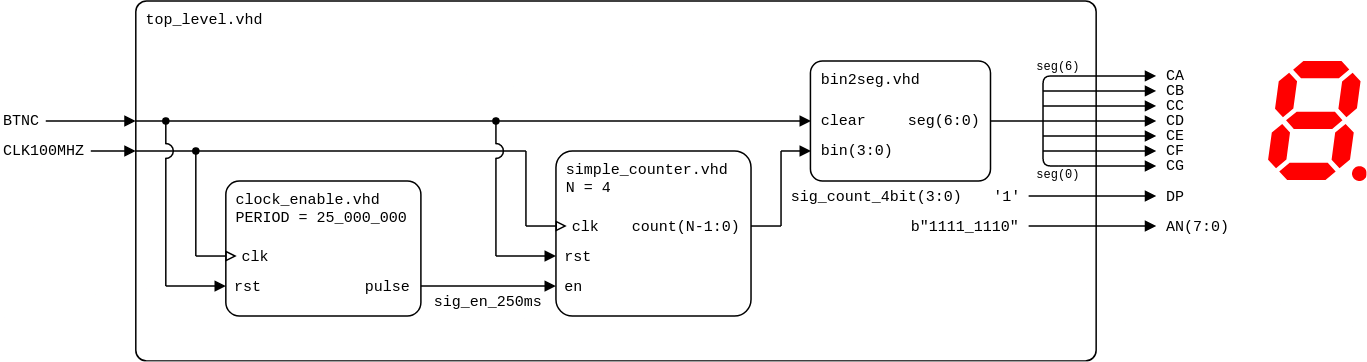
The draw.io diagram lab5-counter/images/top-level_1-counter_structure.png in tomas-fryza/vhdl-course, before a commit. Source tidied: cells renumbered, new cells last; positions are measured from the earlier drawing's top-left corner, leaving out a move shared by most shapes.
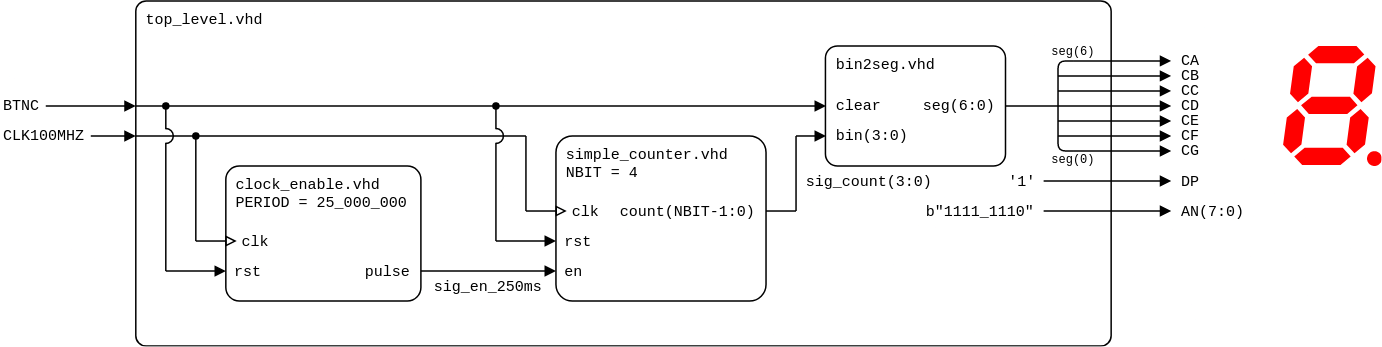
The same file after the commit.

Change to the diagram source:
```diff
@@ -3,11 +3,11 @@
     <mxCell id="0" />
     <mxCell id="1" parent="0" />
     <mxCell id="2" value="top_level.vhd" style="rounded=1;arcSize=3;whiteSpace=wrap;html=1;align=left;verticalAlign=top;fontFamily=Courier New;absoluteArcSize=0;fillColor=none;fontSize=10;spacingLeft=5;imageHeight=24;" parent="1" vertex="1">
-      <mxGeometry x="90" width="640" height="240" as="geometry" />
+      <mxGeometry x="80" y="10" width="650" height="230" as="geometry" />
     </mxCell>
     <mxCell id="3" style="endArrow=block;html=1;rounded=0;endFill=1;endSize=5;startSize=5;" parent="1" edge="1">
       <mxGeometry relative="1" as="geometry">
-        <mxPoint x="90" y="80" as="sourcePoint" />
+        <mxPoint x="80" y="80" as="sourcePoint" />
         <mxPoint x="540" y="80" as="targetPoint" />
       </mxGeometry>
     </mxCell>
@@ -19,20 +19,20 @@
     </mxCell>
     <mxCell id="5" style="endArrow=block;html=1;rounded=0;endFill=1;endSize=5;startSize=5;" parent="1" edge="1">
       <mxGeometry relative="1" as="geometry">
-        <mxPoint x="30" y="80" as="sourcePoint" />
-        <mxPoint x="90" y="80" as="targetPoint" />
+        <mxPoint x="20" y="80" as="sourcePoint" />
+        <mxPoint x="80" y="80" as="targetPoint" />
       </mxGeometry>
     </mxCell>
     <mxCell id="6" value="BTNC" style="text;html=1;align=left;verticalAlign=middle;whiteSpace=wrap;rounded=0;fontFamily=Courier New;fontSize=10;fillOpacity=100;spacing=2;spacingLeft=0;" parent="1" vertex="1">
-      <mxGeometry x="-0.4" y="70" width="40" height="20" as="geometry" />
+      <mxGeometry x="-10.4" y="70" width="40" height="20" as="geometry" />
     </mxCell>
-    <mxCell id="7" value="sig_count_4bit(3:0)" style="text;html=1;align=left;verticalAlign=middle;whiteSpace=wrap;rounded=0;fontFamily=Courier New;fontSize=10;fillOpacity=100;spacing=2;spacingLeft=0;" parent="1" vertex="1">
+    <mxCell id="7" value="sig_count(3:0)" style="text;html=1;align=left;verticalAlign=middle;whiteSpace=wrap;rounded=0;fontFamily=Courier New;fontSize=10;fillOpacity=100;spacing=2;spacingLeft=0;" parent="1" vertex="1">
       <mxGeometry x="525" y="125" width="120" height="10" as="geometry" />
     </mxCell>
     <mxCell id="8" style="endArrow=none;html=1;rounded=0;startArrow=none;startFill=0;endSize=4;startSize=4;" parent="1" edge="1">
       <mxGeometry relative="1" as="geometry">
-        <mxPoint x="350" y="150" as="sourcePoint" />
-        <mxPoint x="350" y="100" as="targetPoint" />
+        <mxPoint x="340" y="150" as="sourcePoint" />
+        <mxPoint x="340" y="100" as="targetPoint" />
       </mxGeometry>
     </mxCell>
     <mxCell id="9" style="endArrow=block;html=1;rounded=0;endFill=1;orthogonal=1;endSize=5;startSize=5;" parent="1" edge="1">
@@ -52,50 +52,50 @@
     </mxCell>
     <mxCell id="13" style="endArrow=block;html=1;rounded=0;endFill=1;endSize=5;startSize=5;" parent="1" edge="1">
       <mxGeometry relative="1" as="geometry">
-        <mxPoint x="60" y="100" as="sourcePoint" />
-        <mxPoint x="90" y="100" as="targetPoint" />
+        <mxPoint x="50" y="100" as="sourcePoint" />
+        <mxPoint x="80" y="100" as="targetPoint" />
       </mxGeometry>
     </mxCell>
     <mxCell id="14" value="CLK100MHZ" style="text;html=1;align=left;verticalAlign=middle;whiteSpace=wrap;rounded=0;fontFamily=Courier New;fontSize=10;fillOpacity=100;spacing=2;spacingLeft=0;" parent="1" vertex="1">
-      <mxGeometry y="90" width="70" height="20" as="geometry" />
+      <mxGeometry x="-10" y="90" width="70" height="20" as="geometry" />
     </mxCell>
     <mxCell id="15" style="endArrow=none;html=1;rounded=0;startArrow=oval;startFill=1;endSize=4;startSize=4;" parent="1" edge="1">
       <mxGeometry relative="1" as="geometry">
-        <mxPoint x="330" y="80" as="sourcePoint" />
-        <mxPoint x="330" y="95.5" as="targetPoint" />
+        <mxPoint x="320" y="80" as="sourcePoint" />
+        <mxPoint x="320" y="95.5" as="targetPoint" />
       </mxGeometry>
     </mxCell>
-    <mxCell id="16" value="&lt;div&gt;simple_counter.vhd&lt;/div&gt;&lt;div&gt;N = 4&lt;br&gt;&lt;/div&gt;" style="rounded=1;arcSize=10;align=left;verticalAlign=top;fontFamily=Courier New;absoluteArcSize=0;fillColor=none;fixDash=0;fontSize=10;spacingLeft=5;labelBorderColor=none;spacingTop=0;spacing=2;labelBackgroundColor=none;whiteSpace=wrap;html=1;strokeWidth=1;shadow=0;glass=0;" parent="1" vertex="1">
-      <mxGeometry x="370" y="100" width="130" height="110" as="geometry" />
+    <mxCell id="16" value="&lt;div&gt;simple_counter.vhd&lt;/div&gt;&lt;div&gt;NBIT = 4&lt;br&gt;&lt;/div&gt;" style="rounded=1;arcSize=10;align=left;verticalAlign=top;fontFamily=Courier New;absoluteArcSize=0;fillColor=none;fixDash=0;fontSize=10;spacingLeft=5;labelBorderColor=none;spacingTop=0;spacing=2;labelBackgroundColor=none;whiteSpace=wrap;html=1;strokeWidth=1;shadow=0;glass=0;" parent="1" vertex="1">
+      <mxGeometry x="360" y="100" width="140" height="110" as="geometry" />
     </mxCell>
     <mxCell id="17" value="rst" style="text;html=1;align=left;verticalAlign=middle;whiteSpace=wrap;rounded=0;fontFamily=Courier New;fontSize=10;fillOpacity=100;spacingLeft=5;" parent="1" vertex="1">
-      <mxGeometry x="369.4" y="160" width="50.6" height="20" as="geometry" />
+      <mxGeometry x="359.4" y="160" width="30.6" height="20" as="geometry" />
     </mxCell>
     <mxCell id="18" value="clk" style="text;html=1;align=left;verticalAlign=middle;whiteSpace=wrap;rounded=0;fontFamily=Courier New;fontSize=10;fillOpacity=100;spacing=2;spacingLeft=10;" parent="1" vertex="1">
-      <mxGeometry x="369.4" y="140" width="40.6" height="20" as="geometry" />
+      <mxGeometry x="359.4" y="140" width="40.6" height="20" as="geometry" />
     </mxCell>
     <mxCell id="19" style="endArrow=block;html=1;rounded=0;endFill=1;endSize=5;startSize=5;" parent="1" edge="1">
       <mxGeometry relative="1" as="geometry">
-        <mxPoint x="280" y="190" as="sourcePoint" />
-        <mxPoint x="370" y="190" as="targetPoint" />
+        <mxPoint x="270" y="190" as="sourcePoint" />
+        <mxPoint x="360" y="190" as="targetPoint" />
       </mxGeometry>
     </mxCell>
     <mxCell id="20" style="endArrow=block;html=1;rounded=0;endFill=0;endSize=5;startSize=5;" parent="1" edge="1">
       <mxGeometry relative="1" as="geometry">
-        <mxPoint x="350" y="150" as="sourcePoint" />
-        <mxPoint x="377.2" y="150" as="targetPoint" />
+        <mxPoint x="340" y="150" as="sourcePoint" />
+        <mxPoint x="367.2" y="150" as="targetPoint" />
       </mxGeometry>
     </mxCell>
-    <mxCell id="21" value="count(N-1:0)" style="text;html=1;align=right;verticalAlign=middle;whiteSpace=wrap;rounded=0;fontFamily=Courier New;fontSize=10;fillOpacity=100;spacing=2;spacingRight=5;" parent="1" vertex="1">
-      <mxGeometry x="420" y="140" width="80" height="20" as="geometry" />
+    <mxCell id="21" value="count(NBIT-1:0)" style="text;html=1;align=right;verticalAlign=middle;whiteSpace=wrap;rounded=0;fontFamily=Courier New;fontSize=10;fillOpacity=100;spacing=2;spacingRight=5;" parent="1" vertex="1">
+      <mxGeometry x="390" y="140" width="110" height="20" as="geometry" />
     </mxCell>
     <mxCell id="22" value="en" style="text;html=1;align=left;verticalAlign=middle;whiteSpace=wrap;rounded=0;fontFamily=Courier New;fontSize=10;fillOpacity=100;spacingLeft=5;" parent="1" vertex="1">
-      <mxGeometry x="369.4" y="180" width="50.6" height="20" as="geometry" />
+      <mxGeometry x="359.4" y="180" width="30.6" height="20" as="geometry" />
     </mxCell>
     <mxCell id="23" style="endArrow=block;html=1;rounded=0;endFill=1;endSize=5;startSize=5;" parent="1" edge="1">
       <mxGeometry relative="1" as="geometry">
-        <mxPoint x="330" y="170" as="sourcePoint" />
-        <mxPoint x="370" y="170" as="targetPoint" />
+        <mxPoint x="320" y="170" as="sourcePoint" />
+        <mxPoint x="360" y="170" as="targetPoint" />
       </mxGeometry>
     </mxCell>
     <mxCell id="24" style="endArrow=none;html=1;rounded=0;startArrow=none;startFill=0;endSize=4;startSize=4;" parent="1" edge="1">
@@ -117,7 +117,7 @@
       <mxGeometry x="539.6" y="90" width="60" height="20" as="geometry" />
     </mxCell>
     <mxCell id="28" value="clear" style="text;html=1;align=left;verticalAlign=middle;whiteSpace=wrap;rounded=0;fontFamily=Courier New;fontSize=10;fillOpacity=100;spacing=2;spacingLeft=5;" parent="1" vertex="1">
-      <mxGeometry x="539.6" y="70" width="60" height="20" as="geometry" />
+      <mxGeometry x="539.6" y="70" width="50.4" height="20" as="geometry" />
     </mxCell>
     <mxCell id="29" value="&lt;div style=&quot;line-height: 100%;&quot;&gt;seg(6:0)&lt;/div&gt;" style="text;html=1;align=right;verticalAlign=middle;whiteSpace=wrap;rounded=0;fontFamily=Courier New;fontSize=10;fillOpacity=100;spacing=2;spacingRight=5;" parent="1" vertex="1">
       <mxGeometry x="599.6" y="70" width="60" height="20" as="geometry" />
@@ -222,7 +222,7 @@
       <mxGeometry x="659.6" y="120" width="25" height="20" as="geometry" />
     </mxCell>
     <mxCell id="50" style="verticalLabelPosition=bottom;verticalAlign=top;html=1;shape=mxgraph.basic.arc;startAngle=0.75;endAngle=0.25;rotation=90;" parent="1" vertex="1">
-      <mxGeometry x="325" y="95" width="10" height="10" as="geometry" />
+      <mxGeometry x="315" y="95" width="10" height="10" as="geometry" />
     </mxCell>
     <mxCell id="51" value="&lt;div style=&quot;line-height: 100%; font-size: 8px;&quot;&gt;seg(6)&lt;/div&gt;" style="text;html=1;align=center;verticalAlign=middle;whiteSpace=wrap;rounded=0;fontFamily=Courier New;fontSize=8;fillOpacity=100;spacing=2;spacingRight=0;" parent="1" vertex="1">
       <mxGeometry x="680" y="34" width="50" height="20" as="geometry" />
@@ -232,62 +232,62 @@
     </mxCell>
     <mxCell id="53" style="endArrow=none;html=1;rounded=0;endFill=0;endSize=5;startSize=5;" parent="1" edge="1">
       <mxGeometry relative="1" as="geometry">
-        <mxPoint x="90" y="100" as="sourcePoint" />
-        <mxPoint x="350" y="100" as="targetPoint" />
+        <mxPoint x="80" y="100" as="sourcePoint" />
+        <mxPoint x="340" y="100" as="targetPoint" />
       </mxGeometry>
     </mxCell>
     <mxCell id="54" value="sig_en_250ms" style="text;html=1;align=center;verticalAlign=middle;whiteSpace=wrap;rounded=0;fontFamily=Courier New;fontSize=10;fillOpacity=100;spacing=2;spacingLeft=0;" parent="1" vertex="1">
-      <mxGeometry x="280" y="195" width="90" height="10" as="geometry" />
+      <mxGeometry x="270" y="195" width="90" height="10" as="geometry" />
     </mxCell>
     <mxCell id="55" value="clock_enable.vhd&lt;div&gt;PERIOD = 25_000_000&lt;br&gt;&lt;/div&gt;" style="rounded=1;arcSize=10;align=left;verticalAlign=top;fontFamily=Courier New;absoluteArcSize=0;fillColor=none;fixDash=0;fontSize=10;spacingLeft=5;labelBorderColor=none;spacingTop=0;spacing=2;labelBackgroundColor=none;whiteSpace=wrap;html=1;strokeWidth=1;shadow=0;glass=0;" parent="1" vertex="1">
-      <mxGeometry x="150" y="120" width="130" height="90" as="geometry" />
+      <mxGeometry x="140" y="120" width="130" height="90" as="geometry" />
     </mxCell>
     <mxCell id="56" value="rst" style="text;html=1;align=left;verticalAlign=middle;whiteSpace=wrap;rounded=0;fontFamily=Courier New;fontSize=10;fillOpacity=100;spacingLeft=5;" parent="1" vertex="1">
-      <mxGeometry x="149.4" y="180" width="50.6" height="20" as="geometry" />
+      <mxGeometry x="139.4" y="180" width="40.6" height="20" as="geometry" />
     </mxCell>
     <mxCell id="57" value="clk" style="text;html=1;align=left;verticalAlign=middle;whiteSpace=wrap;rounded=0;fontFamily=Courier New;fontSize=10;fillOpacity=100;spacing=2;spacingLeft=10;" parent="1" vertex="1">
-      <mxGeometry x="149.4" y="160" width="40.6" height="20" as="geometry" />
+      <mxGeometry x="139.4" y="160" width="40.6" height="20" as="geometry" />
     </mxCell>
     <mxCell id="58" style="endArrow=block;html=1;rounded=0;endFill=0;endSize=5;startSize=5;" parent="1" edge="1">
       <mxGeometry relative="1" as="geometry">
-        <mxPoint x="130" y="170" as="sourcePoint" />
-        <mxPoint x="157.2" y="170" as="targetPoint" />
+        <mxPoint x="120" y="170" as="sourcePoint" />
+        <mxPoint x="147.2" y="170" as="targetPoint" />
       </mxGeometry>
     </mxCell>
     <mxCell id="59" value="pulse" style="text;html=1;align=right;verticalAlign=middle;whiteSpace=wrap;rounded=0;fontFamily=Courier New;fontSize=10;fillOpacity=100;spacing=2;spacingRight=5;" parent="1" vertex="1">
-      <mxGeometry x="200" y="180" width="80" height="20" as="geometry" />
+      <mxGeometry x="220" y="180" width="50" height="20" as="geometry" />
     </mxCell>
     <mxCell id="60" style="endArrow=block;html=1;rounded=0;endFill=1;endSize=5;startSize=5;" parent="1" edge="1">
       <mxGeometry relative="1" as="geometry">
-        <mxPoint x="110" y="190" as="sourcePoint" />
-        <mxPoint x="150" y="190" as="targetPoint" />
+        <mxPoint x="100" y="190" as="sourcePoint" />
+        <mxPoint x="140" y="190" as="targetPoint" />
       </mxGeometry>
     </mxCell>
     <mxCell id="61" style="endArrow=none;html=1;rounded=0;startArrow=none;startFill=0;endSize=4;startSize=4;" parent="1" edge="1">
       <mxGeometry relative="1" as="geometry">
-        <mxPoint x="330" y="170" as="sourcePoint" />
-        <mxPoint x="330" y="104.5" as="targetPoint" />
+        <mxPoint x="320" y="170" as="sourcePoint" />
+        <mxPoint x="320" y="104.5" as="targetPoint" />
       </mxGeometry>
     </mxCell>
     <mxCell id="62" style="endArrow=oval;html=1;rounded=0;startArrow=none;startFill=0;endSize=4;startSize=4;endFill=1;" parent="1" edge="1">
       <mxGeometry relative="1" as="geometry">
-        <mxPoint x="130" y="170" as="sourcePoint" />
-        <mxPoint x="130" y="100" as="targetPoint" />
+        <mxPoint x="120" y="170" as="sourcePoint" />
+        <mxPoint x="120" y="100" as="targetPoint" />
       </mxGeometry>
     </mxCell>
     <mxCell id="63" style="endArrow=none;html=1;rounded=0;startArrow=oval;startFill=1;endSize=4;startSize=4;" parent="1" edge="1">
       <mxGeometry relative="1" as="geometry">
-        <mxPoint x="110" y="80" as="sourcePoint" />
-        <mxPoint x="110" y="95.5" as="targetPoint" />
+        <mxPoint x="100" y="80" as="sourcePoint" />
+        <mxPoint x="100" y="95.5" as="targetPoint" />
       </mxGeometry>
     </mxCell>
     <mxCell id="64" style="verticalLabelPosition=bottom;verticalAlign=top;html=1;shape=mxgraph.basic.arc;startAngle=0.75;endAngle=0.25;rotation=90;" parent="1" vertex="1">
-      <mxGeometry x="105" y="95" width="10" height="10" as="geometry" />
+      <mxGeometry x="95" y="95" width="10" height="10" as="geometry" />
     </mxCell>
     <mxCell id="65" style="endArrow=none;html=1;rounded=0;startArrow=none;startFill=0;endSize=4;startSize=4;" parent="1" edge="1">
       <mxGeometry relative="1" as="geometry">
-        <mxPoint x="110" y="190" as="sourcePoint" />
-        <mxPoint x="110" y="104.5" as="targetPoint" />
+        <mxPoint x="100" y="190" as="sourcePoint" />
+        <mxPoint x="100" y="104.5" as="targetPoint" />
       </mxGeometry>
     </mxCell>
   </root>
```
